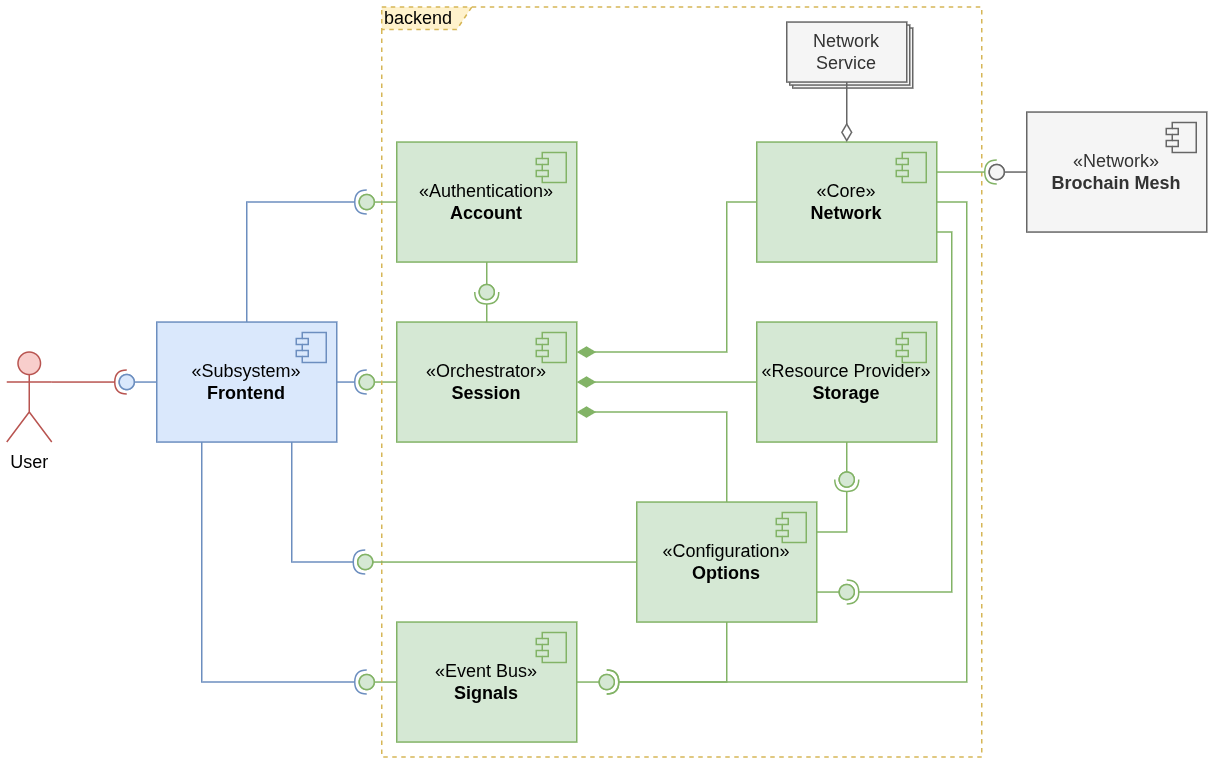
Earlier version of the draw.io export docs/brochain.vessel.backend.cmp.png (abetaev/brochain). Source tidied: cells renumbered, new cells last; positions are measured from the earlier drawing's top-left corner, leaving out a move shared by most shapes.
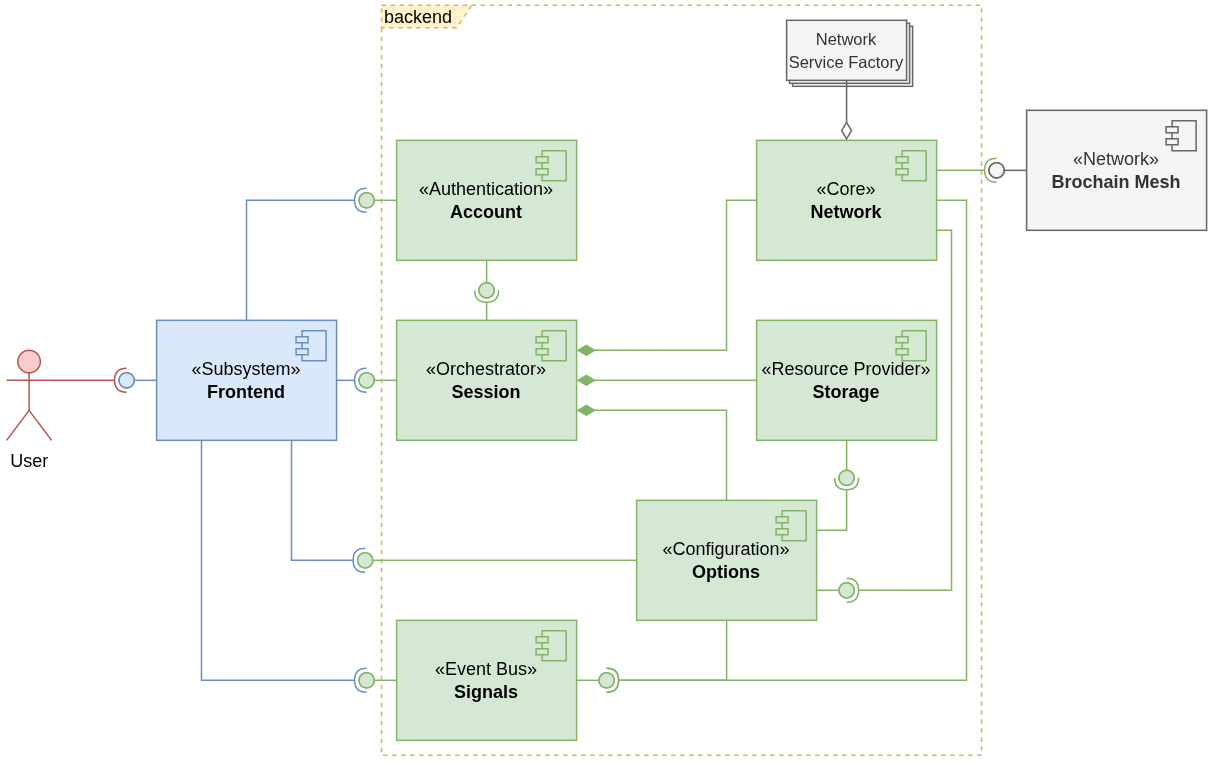
The same file after the commit.

The edit, as a diff of the source:
```diff
@@ -126,7 +126,7 @@
     <mxCell id="32" style="edgeStyle=orthogonalEdgeStyle;rounded=0;jettySize=auto;html=1;exitX=0.5;exitY=1;exitDx=0;exitDy=0;entryX=0.5;entryY=0;entryDx=0;entryDy=0;endArrow=diamondThin;endFill=0;endSize=10;fillColor=#f5f5f5;strokeColor=#666666;" parent="1" edge="1" source="33" target="30">
       <mxGeometry relative="1" as="geometry" />
     </mxCell>
-    <mxCell id="33" value="Network Service" style="html=1;whiteSpace=wrap;fillColor=#f5f5f5;strokeColor=#666666;fontColor=#333333;" parent="1" vertex="1">
+    <mxCell id="33" value="&lt;font style=&quot;font-size: 11px;&quot;&gt;Network Service Factory&lt;/font&gt;" style="html=1;whiteSpace=wrap;fillColor=#f5f5f5;strokeColor=#666666;fontColor=#333333;" parent="1" vertex="1">
       <mxGeometry x="520" y="10" width="80" height="40" as="geometry" />
     </mxCell>
     <mxCell id="34" value="«Subsystem»&lt;br&gt;&lt;b&gt;Frontend&lt;/b&gt;" style="html=1;whiteSpace=wrap;fillColor=#dae8fc;strokeColor=#6c8ebf;" parent="1" vertex="1">
```
